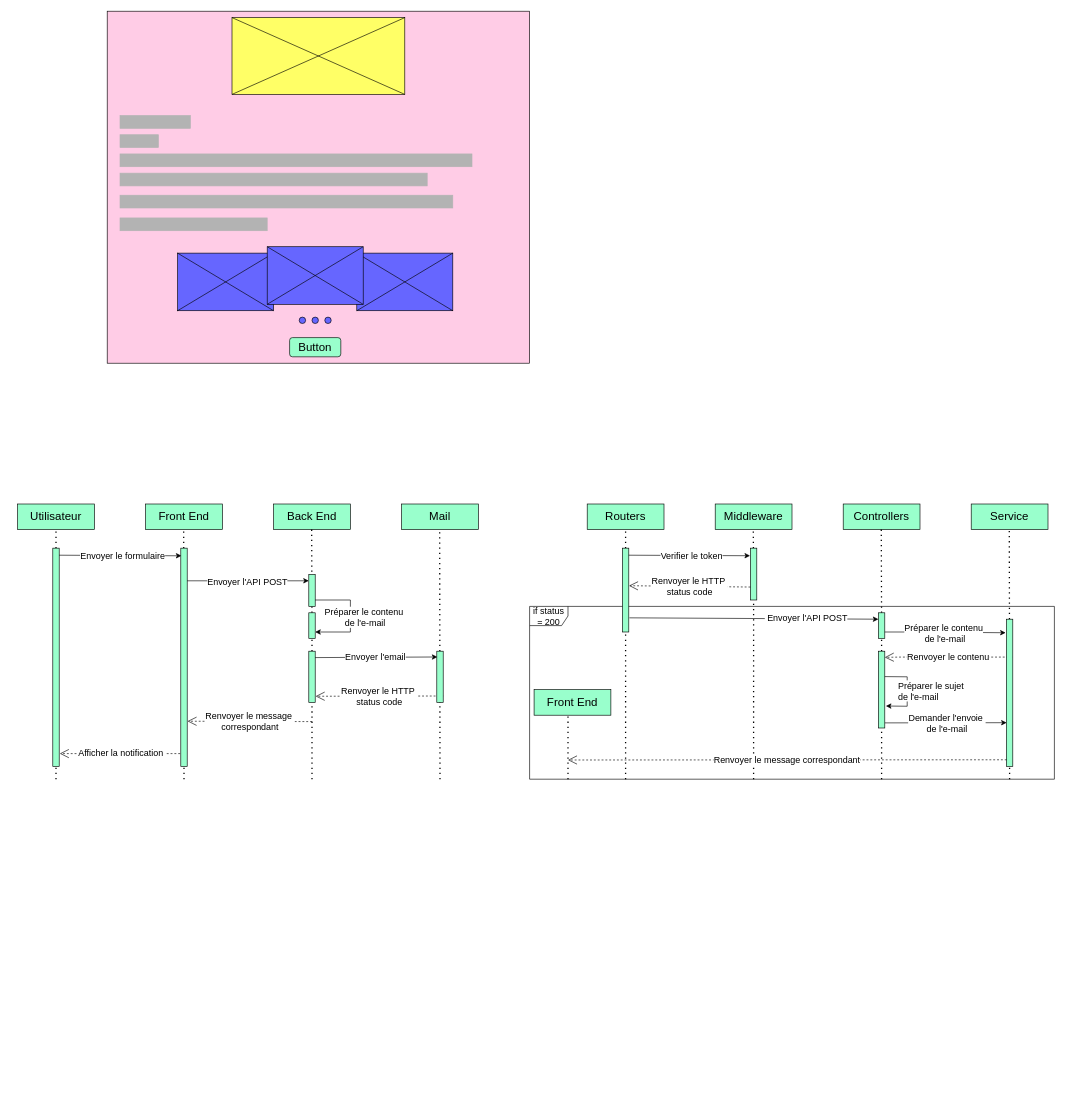
Earlier version of the draw.io diagram portfolio.drawio (zung31/zung31). Source tidied: cells renumbered, new cells numbered last; positions are measured from the earlier drawing's top-left corner, leaving out a move shared by most shapes. Both pictures are drawn from the tidied source at 64%, with x=0, y=0 at pixel (17, 11).
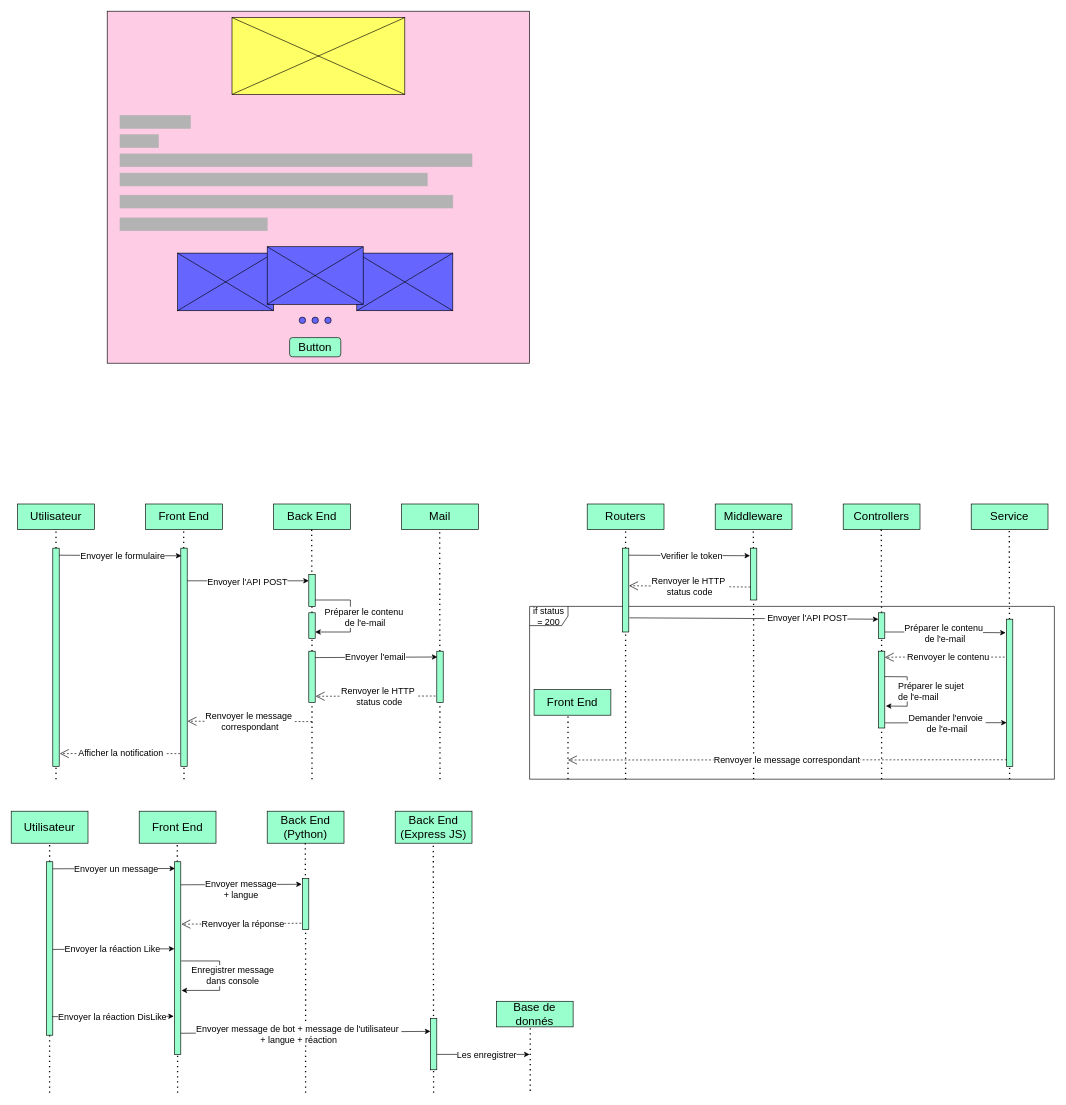
The same diagram, later.

Change to the diagram source:
```diff
@@
+    <mxCell id="89" value="&lt;font style=&quot;font-size: 18px;&quot;&gt;Utilisateur&lt;/font&gt;" style="rounded=0;whiteSpace=wrap;html=1;fillColor=#99FFCC;" parent="1" vertex="1">
+      <mxGeometry x="-10" y="1250" width="120" height="50" as="geometry" />
+    </mxCell>
+    <mxCell id="90" value="&lt;font style=&quot;font-size: 18px;&quot;&gt;Front End&lt;/font&gt;" style="rounded=0;whiteSpace=wrap;html=1;fillColor=#99FFCC;" parent="1" vertex="1">
+      <mxGeometry x="190" y="1250" width="120" height="50" as="geometry" />
+    </mxCell>
+    <mxCell id="91" value="&lt;font style=&quot;font-size: 18px;&quot;&gt;Back End (Python)&lt;/font&gt;" style="rounded=0;whiteSpace=wrap;html=1;fillColor=#99FFCC;" parent="1" vertex="1">
+      <mxGeometry x="390" y="1250" width="120" height="50" as="geometry" />
+    </mxCell>
+    <mxCell id="92" value="&lt;font style=&quot;font-size: 18px;&quot;&gt;Back End&lt;/font&gt;&lt;div&gt;&lt;font style=&quot;font-size: 18px;&quot;&gt;(Express JS)&lt;/font&gt;&lt;/div&gt;" style="rounded=0;whiteSpace=wrap;html=1;fillColor=#99FFCC;" parent="1" vertex="1">
+      <mxGeometry x="590" y="1250" width="120" height="50" as="geometry" />
+    </mxCell>
+    <mxCell id="93" style="endArrow=none;dashed=1;html=1;dashPattern=1 3;strokeWidth=2;rounded=0;" parent="1" edge="1" source="105">
+      <mxGeometry relative="1" as="geometry">
+        <mxPoint x="50" y="1300" as="targetPoint" />
+      </mxGeometry>
+    </mxCell>
+    <mxCell id="94" style="endArrow=none;dashed=1;html=1;dashPattern=1 3;strokeWidth=2;rounded=0;" parent="1" edge="1" source="107">
+      <mxGeometry relative="1" as="geometry">
+        <mxPoint x="249.5" y="1300" as="targetPoint" />
+      </mxGeometry>
+    </mxCell>
+    <mxCell id="95" style="endArrow=none;dashed=1;html=1;dashPattern=1 3;strokeWidth=2;rounded=0;" parent="1" edge="1">
+      <mxGeometry relative="1" as="geometry">
+        <mxPoint x="449.9" y="1430" as="sourcePoint" />
+        <mxPoint x="449.5" y="1300" as="targetPoint" />
+      </mxGeometry>
+    </mxCell>
+    <mxCell id="96" style="endArrow=none;dashed=1;html=1;dashPattern=1 3;strokeWidth=2;rounded=0;" parent="1" edge="1">
+      <mxGeometry relative="1" as="geometry">
+        <mxPoint x="650" y="1690" as="sourcePoint" />
+        <mxPoint x="649.5" y="1300" as="targetPoint" />
+      </mxGeometry>
+    </mxCell>
+    <mxCell id="97" style="endArrow=classic;html=1;rounded=0;entryX=0.1;entryY=0.035;entryDx=0;entryDy=0;entryPerimeter=0;" parent="1" edge="1" target="107">
+      <mxGeometry relative="1" as="geometry">
+        <mxPoint x="50" y="1340" as="sourcePoint" />
+      </mxGeometry>
+    </mxCell>
+    <mxCell id="98" value="&lt;font style=&quot;font-size: 14px;&quot;&gt;Envoyer un message&lt;/font&gt;" style="edgeLabel;html=1;align=center;verticalAlign=middle;" parent="97" vertex="1">
+      <mxGeometry x="0.06" relative="1" as="geometry" />
+    </mxCell>
+    <mxCell id="99" style="endArrow=classic;html=1;rounded=0;entryX=-0.1;entryY=0.115;entryDx=0;entryDy=0;entryPerimeter=0;" parent="1" edge="1" target="109">
+      <mxGeometry relative="1" as="geometry">
+        <mxPoint x="250" y="1365" as="sourcePoint" />
+      </mxGeometry>
+    </mxCell>
+    <mxCell id="100" value="&lt;font style=&quot;font-size: 14px;&quot;&gt;Envoyer message&lt;/font&gt;&lt;div&gt;&lt;font style=&quot;font-size: 14px;&quot;&gt;+ langue&lt;/font&gt;&lt;/div&gt;" style="edgeLabel;html=1;align=center;verticalAlign=middle;" parent="99" vertex="1">
+      <mxGeometry x="-0.21" y="-1" relative="1" as="geometry">
+        <mxPoint x="21" y="6" as="offset" />
+      </mxGeometry>
+    </mxCell>
+    <mxCell id="101" style="endArrow=classic;html=1;rounded=0;entryX=0.1;entryY=0.113;entryDx=0;entryDy=0;entryPerimeter=0;" parent="1" edge="1">
+      <mxGeometry relative="1" as="geometry">
+        <mxPoint x="49" y="1466" as="sourcePoint" />
+        <mxPoint x="245" y="1465" as="targetPoint" />
+      </mxGeometry>
+    </mxCell>
+    <mxCell id="102" value="&lt;font style=&quot;font-size: 14px;&quot;&gt;Envoyer la réaction Like&lt;/font&gt;" style="edgeLabel;html=1;align=center;verticalAlign=middle;" parent="101" vertex="1">
+      <mxGeometry x="-0.13" y="-4" relative="1" as="geometry">
+        <mxPoint x="13" y="-4" as="offset" />
+      </mxGeometry>
+    </mxCell>
+    <mxCell id="103" value="&lt;font style=&quot;font-size: 14px;&quot;&gt;Renvoyer la réponse&lt;/font&gt;" style="endArrow=open;endSize=12;dashed=1;html=1;rounded=0;entryX=1.093;entryY=0.324;entryDx=0;entryDy=0;entryPerimeter=0;" parent="1" edge="1" target="107">
+      <mxGeometry relative="1" as="geometry">
+        <mxPoint x="449.3" y="1425" as="sourcePoint" />
+      </mxGeometry>
+    </mxCell>
+    <mxCell id="104" style="endArrow=none;dashed=1;html=1;dashPattern=1 3;strokeWidth=2;rounded=0;" parent="1" edge="1" target="105">
+      <mxGeometry relative="1" as="geometry">
+        <mxPoint x="50" y="1690" as="sourcePoint" />
+      </mxGeometry>
+    </mxCell>
+    <mxCell id="105" style="rounded=0;whiteSpace=wrap;html=1;fillColor=#99FFCC;" parent="1" vertex="1">
+      <mxGeometry x="45" y="1329" width="10" height="271" as="geometry" />
+    </mxCell>
+    <mxCell id="106" style="endArrow=none;dashed=1;html=1;dashPattern=1 3;strokeWidth=2;rounded=0;" parent="1" edge="1" target="107">
+      <mxGeometry relative="1" as="geometry">
+        <mxPoint x="250" y="1690" as="sourcePoint" />
+      </mxGeometry>
+    </mxCell>
+    <mxCell id="107" style="rounded=0;whiteSpace=wrap;html=1;fillColor=#99FFCC;" parent="1" vertex="1">
+      <mxGeometry x="245" y="1329" width="10" height="301" as="geometry" />
+    </mxCell>
+    <mxCell id="108" style="rounded=0;whiteSpace=wrap;html=1;fillColor=#99FFCC;" parent="1" vertex="1">
+      <mxGeometry x="645" y="1574" width="10" height="80" as="geometry" />
+    </mxCell>
+    <mxCell id="109" style="rounded=0;whiteSpace=wrap;html=1;fillColor=#99FFCC;" parent="1" vertex="1">
+      <mxGeometry x="445" y="1355" width="10" height="80" as="geometry" />
+    </mxCell>
+    <mxCell id="110" style="endArrow=none;dashed=1;html=1;dashPattern=1 3;strokeWidth=2;rounded=0;entryX=0.5;entryY=1;entryDx=0;entryDy=0;" parent="1" edge="1" target="109">
+      <mxGeometry relative="1" as="geometry">
+        <mxPoint x="450" y="1570" as="sourcePoint" />
+      </mxGeometry>
+    </mxCell>
+    <mxCell id="111" style="endArrow=none;dashed=1;html=1;dashPattern=1 3;strokeWidth=2;rounded=0;" parent="1" edge="1">
+      <mxGeometry relative="1" as="geometry">
+        <mxPoint x="450" y="1690" as="sourcePoint" />
+        <mxPoint x="450" y="1570" as="targetPoint" />
+      </mxGeometry>
+    </mxCell>
+    <mxCell id="112" style="endArrow=classic;html=1;rounded=0;entryX=0;entryY=0.25;entryDx=0;entryDy=0;" parent="1" edge="1" target="108">
+      <mxGeometry relative="1" as="geometry">
+        <mxPoint x="255" y="1597" as="sourcePoint" />
+      </mxGeometry>
+    </mxCell>
+    <mxCell id="113" value="&lt;font style=&quot;font-size: 14px;&quot;&gt;Envoyer message de bot + message de l'utilisateur&amp;nbsp;&lt;/font&gt;&lt;div&gt;&lt;font style=&quot;font-size: 14px;&quot;&gt;+ langue + réaction&lt;/font&gt;&lt;/div&gt;" style="edgeLabel;html=1;align=center;verticalAlign=middle;" parent="112" vertex="1">
+      <mxGeometry x="-0.13" y="-4" relative="1" as="geometry">
+        <mxPoint x="13" y="-1" as="offset" />
+      </mxGeometry>
+    </mxCell>
+    <mxCell id="114" style="endArrow=classic;html=1;rounded=0;entryX=1.119;entryY=0.668;entryDx=0;entryDy=0;entryPerimeter=0;" parent="1" edge="1" target="107">
+      <mxGeometry relative="1" as="geometry">
+        <mxPoint x="255.7" y="1484" as="sourcePoint" />
+        <Array as="points">
+          <mxPoint x="315.7" y="1484" />
+          <mxPoint x="315.7" y="1530" />
+        </Array>
+      </mxGeometry>
+    </mxCell>
+    <mxCell id="115" value="&lt;span style=&quot;font-size: 14px;&quot;&gt;Enregistrer message&lt;/span&gt;&lt;div&gt;&lt;span style=&quot;font-size: 14px;&quot;&gt;dans console&lt;/span&gt;&lt;/div&gt;" style="edgeLabel;html=1;align=center;verticalAlign=middle;" parent="114" vertex="1">
+      <mxGeometry x="0.04" y="-1" relative="1" as="geometry">
+        <mxPoint x="21" y="-4" as="offset" />
+      </mxGeometry>
+    </mxCell>
+    <mxCell id="116" style="endArrow=classic;html=1;rounded=0;entryX=-0.096;entryY=0.802;entryDx=0;entryDy=0;entryPerimeter=0;" parent="1" edge="1" target="107">
+      <mxGeometry relative="1" as="geometry">
+        <mxPoint x="54" y="1571" as="sourcePoint" />
+      </mxGeometry>
+    </mxCell>
+    <mxCell id="117" value="&lt;font style=&quot;font-size: 14px;&quot;&gt;Envoyer la réaction DisLike&lt;/font&gt;" style="edgeLabel;html=1;align=center;verticalAlign=middle;" parent="116" vertex="1">
+      <mxGeometry x="-0.13" y="-4" relative="1" as="geometry">
+        <mxPoint x="10" y="-4" as="offset" />
+      </mxGeometry>
+    </mxCell>
+    <mxCell id="118" value="&lt;span style=&quot;font-size: 18px;&quot;&gt;Base de donnés&lt;/span&gt;" style="rounded=0;whiteSpace=wrap;html=1;fillColor=#99FFCC;" parent="1" vertex="1">
+      <mxGeometry x="748" y="1547" width="120" height="40" as="geometry" />
+    </mxCell>
+    <mxCell id="119" style="endArrow=none;dashed=1;html=1;dashPattern=1 3;strokeWidth=2;rounded=0;" parent="1" edge="1">
+      <mxGeometry relative="1" as="geometry">
+        <mxPoint x="801" y="1687" as="sourcePoint" />
+        <mxPoint x="801" y="1587" as="targetPoint" />
+      </mxGeometry>
+    </mxCell>
+    <mxCell id="120" style="endArrow=classic;html=1;rounded=0;" parent="1" edge="1">
+      <mxGeometry relative="1" as="geometry">
+        <mxPoint x="655" y="1630" as="sourcePoint" />
+        <mxPoint x="800" y="1630" as="targetPoint" />
+      </mxGeometry>
+    </mxCell>
+    <mxCell id="121" value="&lt;span style=&quot;font-size: 14px;&quot;&gt;Les enregistrer&lt;/span&gt;" style="edgeLabel;html=1;align=center;verticalAlign=middle;" parent="120" vertex="1">
+      <mxGeometry x="0.06" relative="1" as="geometry" />
+    </mxCell>
```
